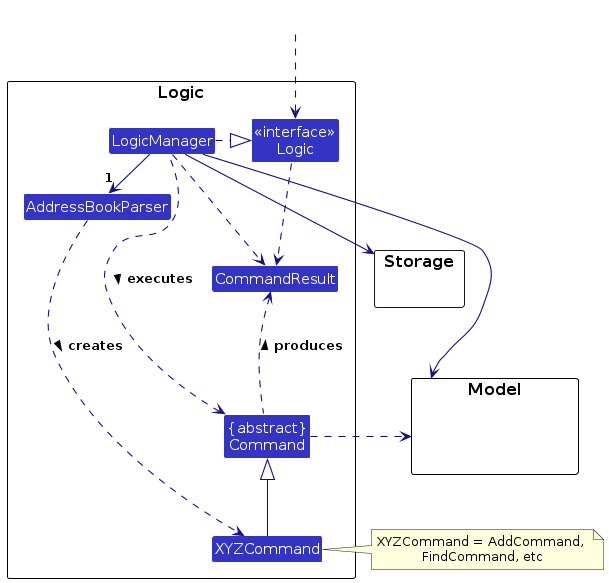
This is diagrams/LogicClassDiagram.png from samuelim01/tp, a PlantUML export, as it was before one commit. Its source is kept beside it as diagrams/LogicClassDiagram.puml.
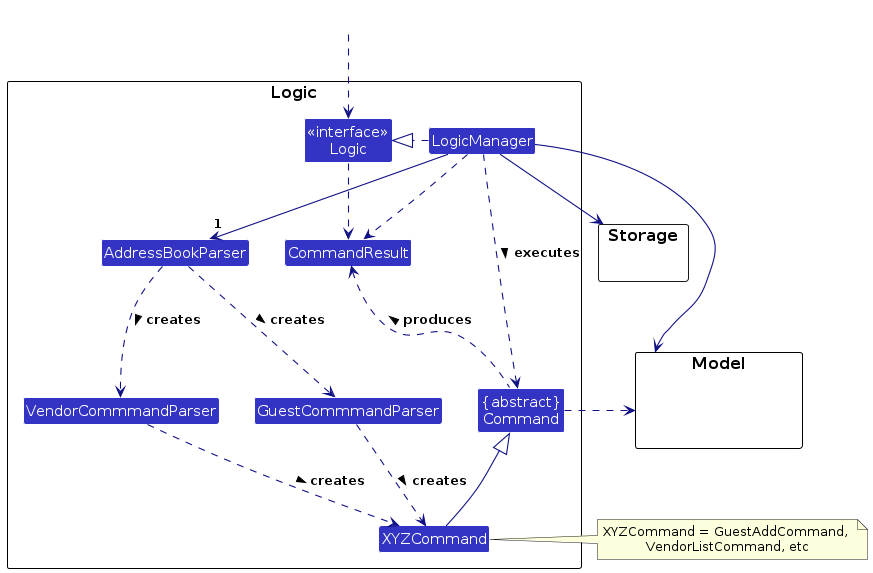
Above is the later version.

The edit, as a diff of the source:
```diff
@@ -7,6 +7,8 @@
 package Logic as LogicPackage {
 
 Class AddressBookParser
+Class GuestCommmandParser
+Class VendorCommmandParser
 Class XYZCommand
 Class CommandResult
 Class "{abstract}\nCommand" as Command
@@ -28,7 +30,11 @@
 
 LogicManager .right.|> Logic
 LogicManager -right->"1" AddressBookParser
-AddressBookParser ..> XYZCommand : creates >
+AddressBookParser ..> GuestCommmandParser : creates >
+AddressBookParser ..> VendorCommmandParser : creates >
+
+GuestCommmandParser ..> XYZCommand : creates >
+VendorCommmandParser ..> XYZCommand : creates >
 
 XYZCommand -up-|> Command
 LogicManager .left.> Command : executes >
@@ -38,7 +44,7 @@
 Storage --[hidden] Model
 Command .[hidden]up.> Storage
 Command .right.> Model
-note right of XYZCommand: XYZCommand = AddCommand, \nFindCommand, etc
+note right of XYZCommand: XYZCommand = GuestAddCommand, \nVendorListCommand, etc
 
 Logic ..> CommandResult
 LogicManager .down.> CommandResult
```
